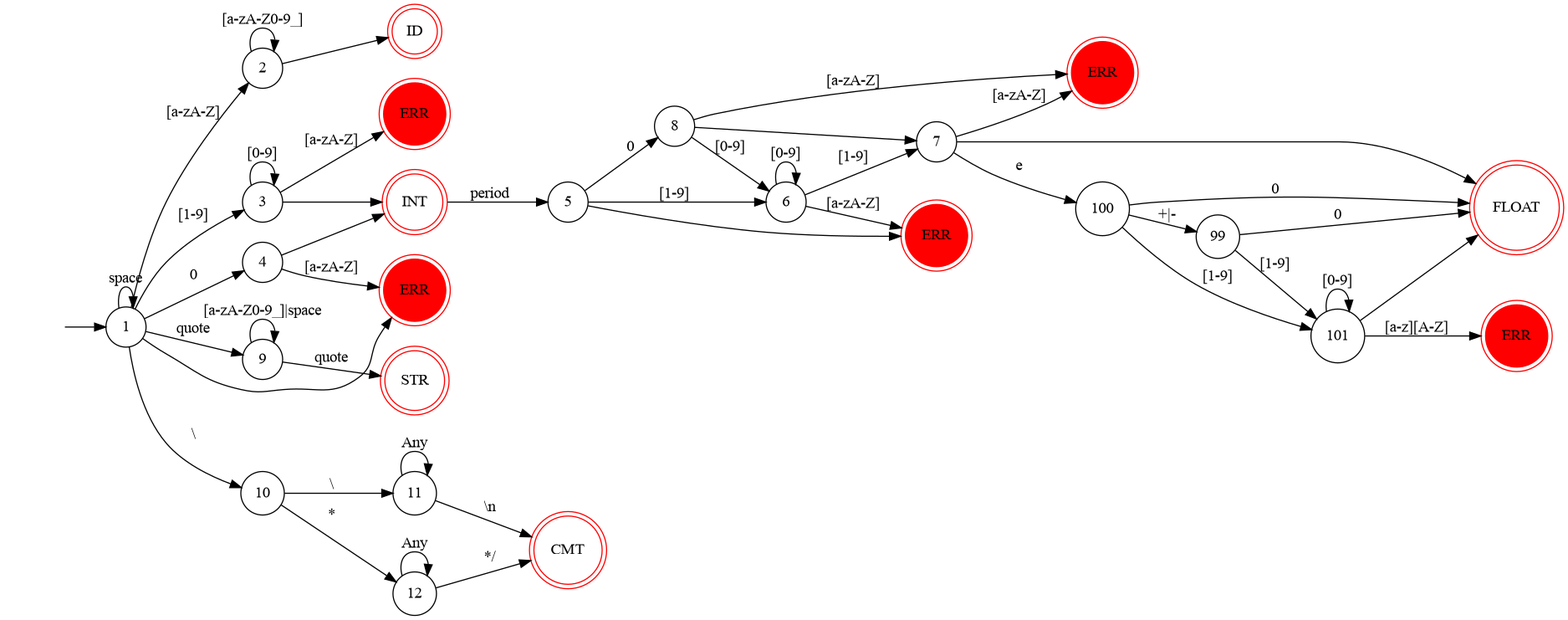
This is resources/diagrams/dfa_main.png from Wmbat/toy_compiler, a Graphviz export, as it was before one commit. Its source is kept beside it as resources/diagrams/dfa_main.dot.
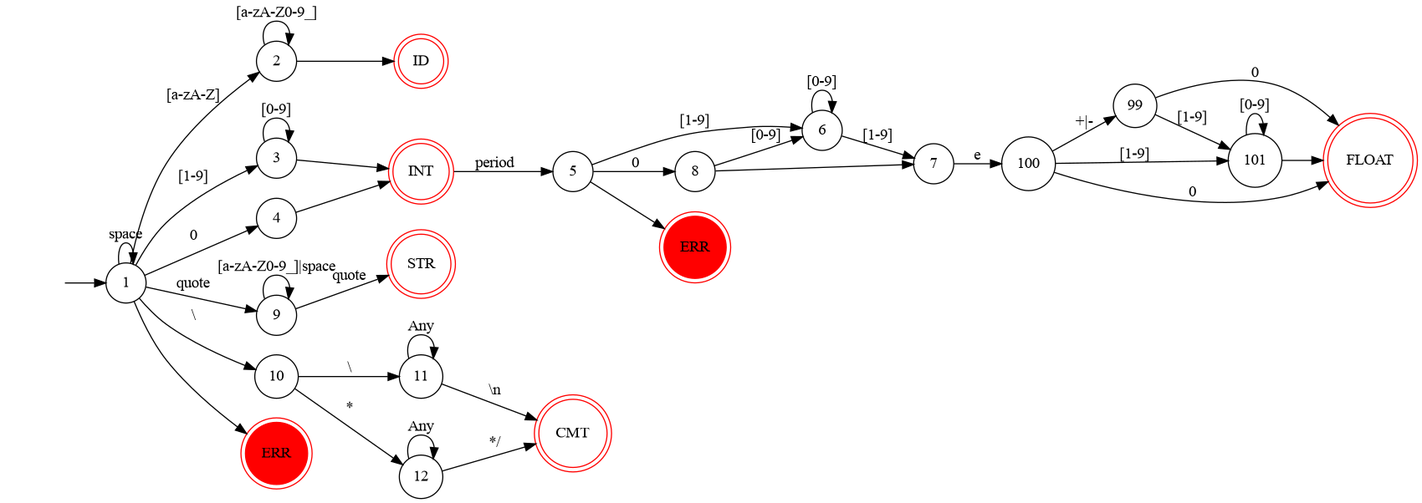
Later version of the same file.

What changed in the source:
```diff
@@ -25,10 +25,7 @@
   "35" [shape=doublecircle, label="STR", color=red]
 
   "40" [shape=doublecircle, label="ERR", color=red, style=filled]
-  "41" [shape=doublecircle, label="ERR", color=red, style=filled]
-  "42" [shape=doublecircle, label="ERR", color=red, style=filled]
   "43" [shape=doublecircle, label="ERR", color=red, style=filled]
-  "44" [shape=doublecircle, label="ERR", color=red, style=filled]
 
   "" -> "1"
   "1" -> "1" [label="space"]
@@ -40,11 +37,9 @@
 
   "1" -> "3" [label="[1-9]"]
   "3" -> "3" [label="[0-9]"]
-  "3" -> "42" [label="[a-zA-Z]"]
   "3" -> "31"
 
   "1" -> "4" [label="0"]
-  "4" -> "40" [label="[a-zA-Z]"]
   "4" -> "31"
 
   "31" -> "5" [label="period"]
@@ -52,13 +47,9 @@
   "5" -> "43"
   "6" -> "6" [label="[0-9]"]
   "6" -> "7" [label="[1-9]"]
-  "7" -> "34"
-  "7" -> "44" [label="[a-zA-Z]"]
-  "6" -> "43" [label="[a-zA-Z]"]
   "5" -> "8" [label="0"]
   "8" -> "6" [label="[0-9]"]
   "8" -> "7"
-  "8" -> "44" [label="[a-zA-Z]"]
 
   "7" -> "100" [label="e"]
   "100" -> "101" [label="[1-9]"]
@@ -70,7 +61,6 @@
 
   "101" -> "101" [label="[0-9]"]
   "101" -> "34"
-  "101" -> "41" [label="[a-z][A-Z]"]
 
   "1" -> "9" [label="quote"]
   "9" -> "9" [label="[a-zA-Z0-9_]|space"]
```
